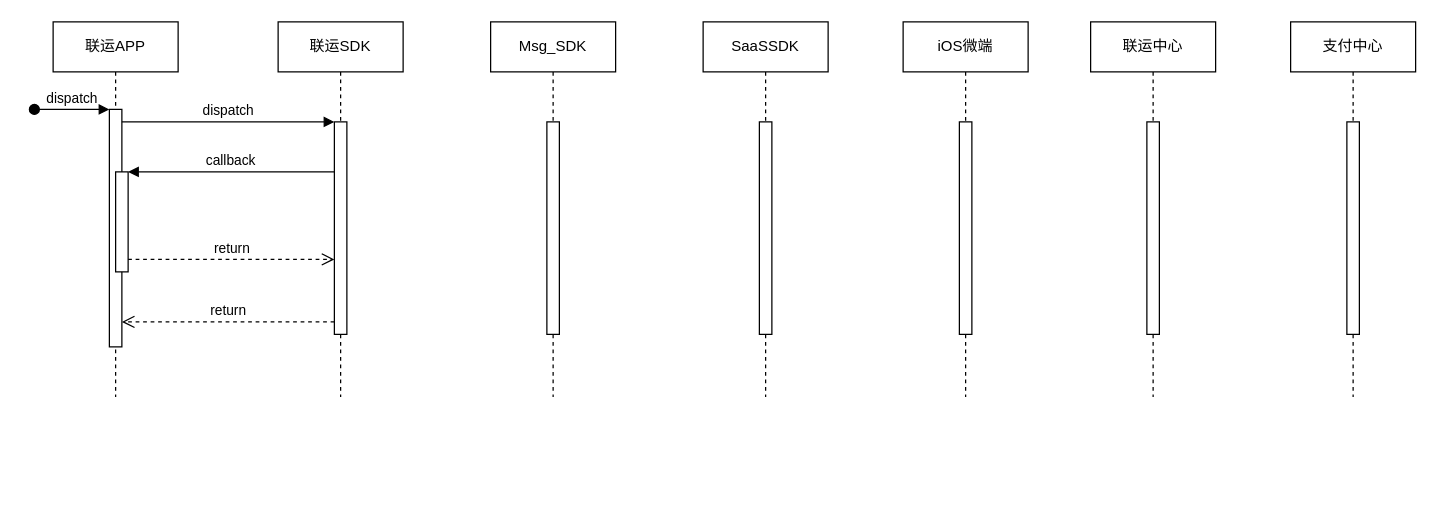
The draw.io diagram 联运中心CGC支付方式.drawio in Garygu0519/drawideas, before the edit. Source tidied: cells renumbered, new cells numbered last; positions are measured from the earlier drawing's top-left corner, leaving out a move shared by most shapes. Both pictures are drawn from the tidied source at 125%, with x=0, y=0 at pixel (34, 21).
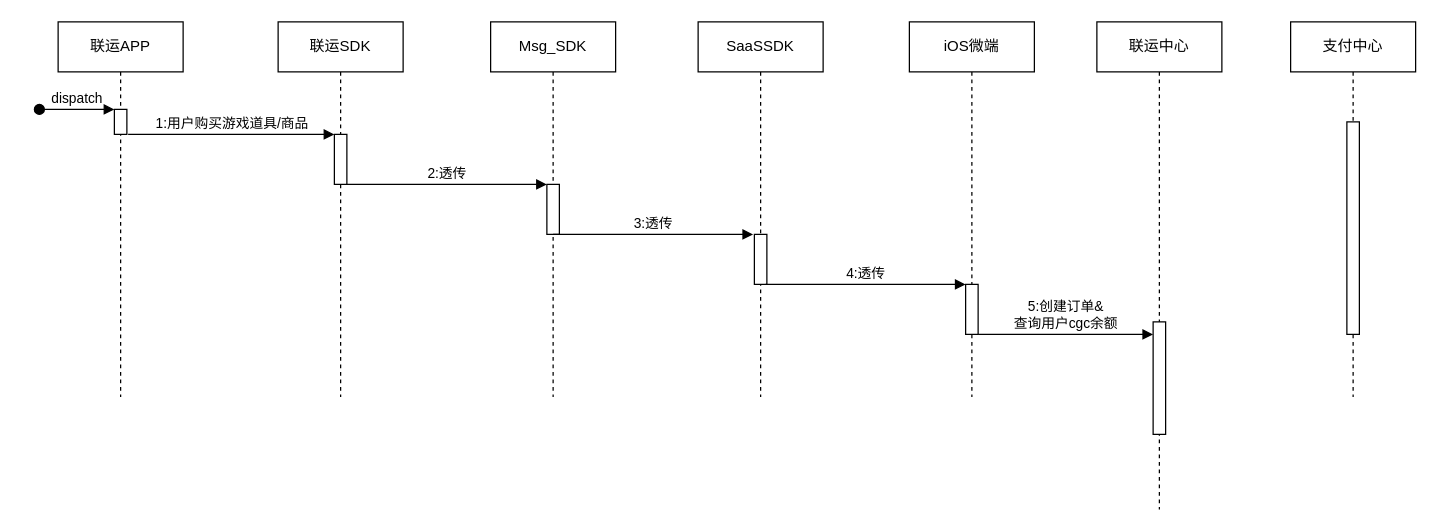
Above is the later version.

Commit message:
更新联运中心CGC支付方式.drawio

The change refers to these unchanged cells:
```xml
<mxCell id="6" value="联运SDK" style="shape=umlLifeline;perimeter=lifelinePerimeter;whiteSpace=wrap;html=1;newEdgeStyle={&quot;edgeStyle&quot;:&quot;elbowEdgeStyle&quot;,&quot;elbow&quot;:&quot;vertical&quot;,&quot;curved&quot;:0,&quot;rounded&quot;:0};" parent="1" vertex="1">
  <mxGeometry x="195" width="100" height="300" as="geometry" />
</mxCell>
<mxCell id="12" value="Msg_SDK" style="shape=umlLifeline;perimeter=lifelinePerimeter;whiteSpace=wrap;html=1;newEdgeStyle={&quot;edgeStyle&quot;:&quot;elbowEdgeStyle&quot;,&quot;elbow&quot;:&quot;vertical&quot;,&quot;curved&quot;:0,&quot;rounded&quot;:0};" parent="1" vertex="1">
  <mxGeometry x="365" width="100" height="300" as="geometry" />
</mxCell>
```

The edit, as a diff of the source:
```diff
@@
     <mxCell id="2" value="联运APP" style="shape=umlLifeline;perimeter=lifelinePerimeter;whiteSpace=wrap;html=1;newEdgeStyle={&quot;edgeStyle&quot;:&quot;elbowEdgeStyle&quot;,&quot;elbow&quot;:&quot;vertical&quot;,&quot;curved&quot;:0,&quot;rounded&quot;:0};" parent="1" vertex="1">
-      <mxGeometry x="15" width="100" height="300" as="geometry" />
+      <mxGeometry x="19" width="100" height="300" as="geometry" />
     </mxCell>
     <mxCell id="3" style="html=1;points=[];perimeter=orthogonalPerimeter;outlineConnect=0;targetShapes=umlLifeline;portConstraint=eastwest;newEdgeStyle={&quot;edgeStyle&quot;:&quot;elbowEdgeStyle&quot;,&quot;elbow&quot;:&quot;vertical&quot;,&quot;curved&quot;:0,&quot;rounded&quot;:0};" parent="2" vertex="1">
-      <mxGeometry x="45" y="70" width="10" height="190" as="geometry" />
+      <mxGeometry x="45" y="70" width="10" height="20" as="geometry" />
     </mxCell>
@@
-    <mxCell id="5" style="html=1;points=[];perimeter=orthogonalPerimeter;outlineConnect=0;targetShapes=umlLifeline;portConstraint=eastwest;newEdgeStyle={&quot;edgeStyle&quot;:&quot;elbowEdgeStyle&quot;,&quot;elbow&quot;:&quot;vertical&quot;,&quot;curved&quot;:0,&quot;rounded&quot;:0};" parent="2" vertex="1">
-      <mxGeometry x="50" y="120" width="10" height="80" as="geometry" />
-    </mxCell>
@@
     <mxCell id="7" style="html=1;points=[];perimeter=orthogonalPerimeter;outlineConnect=0;targetShapes=umlLifeline;portConstraint=eastwest;newEdgeStyle={&quot;edgeStyle&quot;:&quot;elbowEdgeStyle&quot;,&quot;elbow&quot;:&quot;vertical&quot;,&quot;curved&quot;:0,&quot;rounded&quot;:0};" parent="6" vertex="1">
-      <mxGeometry x="45" y="80" width="10" height="170" as="geometry" />
+      <mxGeometry x="45" y="90" width="10" height="40" as="geometry" />
     </mxCell>
-    <mxCell id="8" value="dispatch" style="html=1;verticalAlign=bottom;endArrow=block;edgeStyle=elbowEdgeStyle;elbow=vertical;curved=0;rounded=0;" parent="1" edge="1" source="3" target="7">
-      <mxGeometry relative="1" as="geometry">
-        <Array as="points">
-          <mxPoint x="155" y="80" />
-        </Array>
-      </mxGeometry>
-    </mxCell>
-    <mxCell id="9" value="return" style="html=1;verticalAlign=bottom;endArrow=open;dashed=1;endSize=8;edgeStyle=elbowEdgeStyle;elbow=vertical;curved=0;rounded=0;" parent="1" edge="1" source="7" target="3">
-      <mxGeometry relative="1" as="geometry">
-        <Array as="points">
-          <mxPoint x="165" y="240" />
-        </Array>
-      </mxGeometry>
-    </mxCell>
-    <mxCell id="10" value="callback" style="html=1;verticalAlign=bottom;endArrow=block;edgeStyle=elbowEdgeStyle;elbow=vertical;curved=0;rounded=0;" parent="1" edge="1" source="7" target="5">
-      <mxGeometry relative="1" as="geometry">
-        <Array as="points">
-          <mxPoint x="165" y="120" />
-        </Array>
-      </mxGeometry>
-    </mxCell>
-    <mxCell id="11" value="return" style="html=1;verticalAlign=bottom;endArrow=open;dashed=1;endSize=8;edgeStyle=elbowEdgeStyle;elbow=vertical;curved=0;rounded=0;" parent="1" edge="1" source="5" target="7">
-      <mxGeometry relative="1" as="geometry">
-        <Array as="points">
-          <mxPoint x="155" y="190" />
-        </Array>
-      </mxGeometry>
-    </mxCell>
@@
     <mxCell id="13" style="html=1;points=[];perimeter=orthogonalPerimeter;outlineConnect=0;targetShapes=umlLifeline;portConstraint=eastwest;newEdgeStyle={&quot;edgeStyle&quot;:&quot;elbowEdgeStyle&quot;,&quot;elbow&quot;:&quot;vertical&quot;,&quot;curved&quot;:0,&quot;rounded&quot;:0};" parent="12" vertex="1">
-      <mxGeometry x="45" y="80" width="10" height="170" as="geometry" />
+      <mxGeometry x="45" y="130" width="10" height="40" as="geometry" />
     </mxCell>
     <mxCell id="14" value="SaaSSDK" style="shape=umlLifeline;perimeter=lifelinePerimeter;whiteSpace=wrap;html=1;newEdgeStyle={&quot;edgeStyle&quot;:&quot;elbowEdgeStyle&quot;,&quot;elbow&quot;:&quot;vertical&quot;,&quot;curved&quot;:0,&quot;rounded&quot;:0};" parent="1" vertex="1">
-      <mxGeometry x="535" width="100" height="300" as="geometry" />
+      <mxGeometry x="531" width="100" height="300" as="geometry" />
     </mxCell>
     <mxCell id="15" style="html=1;perimeter=orthogonalPerimeter;targetShapes=umlLifeline;newEdgeStyle={&quot;edgeStyle&quot;:&quot;elbowEdgeStyle&quot;,&quot;elbow&quot;:&quot;vertical&quot;,&quot;curved&quot;:0,&quot;rounded&quot;:0};" parent="14" vertex="1">
-      <mxGeometry x="45" y="80" width="10" height="170" as="geometry" />
+      <mxGeometry x="45" y="170" width="10" height="40" as="geometry" />
     </mxCell>
     <mxCell id="16" value="iOS微端" style="shape=umlLifeline;perimeter=lifelinePerimeter;whiteSpace=wrap;html=1;newEdgeStyle={&quot;edgeStyle&quot;:&quot;elbowEdgeStyle&quot;,&quot;elbow&quot;:&quot;vertical&quot;,&quot;curved&quot;:0,&quot;rounded&quot;:0};" parent="1" vertex="1">
-      <mxGeometry x="695" width="100" height="300" as="geometry" />
+      <mxGeometry x="700" width="100" height="300" as="geometry" />
     </mxCell>
     <mxCell id="17" style="html=1;perimeter=orthogonalPerimeter;targetShapes=umlLifeline;newEdgeStyle={&quot;edgeStyle&quot;:&quot;elbowEdgeStyle&quot;,&quot;elbow&quot;:&quot;vertical&quot;,&quot;curved&quot;:0,&quot;rounded&quot;:0};" parent="16" vertex="1">
-      <mxGeometry x="45" y="80" width="10" height="170" as="geometry" />
+      <mxGeometry x="45" y="210" width="10" height="40" as="geometry" />
     </mxCell>
     <mxCell id="18" value="联运中心" style="shape=umlLifeline;perimeter=lifelinePerimeter;whiteSpace=wrap;html=1;newEdgeStyle={&quot;edgeStyle&quot;:&quot;elbowEdgeStyle&quot;,&quot;elbow&quot;:&quot;vertical&quot;,&quot;curved&quot;:0,&quot;rounded&quot;:0};" parent="1" vertex="1">
-      <mxGeometry x="845" width="100" height="300" as="geometry" />
+      <mxGeometry x="850" width="100" height="390" as="geometry" />
     </mxCell>
     <mxCell id="19" style="html=1;perimeter=orthogonalPerimeter;targetShapes=umlLifeline;newEdgeStyle={&quot;edgeStyle&quot;:&quot;elbowEdgeStyle&quot;,&quot;elbow&quot;:&quot;vertical&quot;,&quot;curved&quot;:0,&quot;rounded&quot;:0};" parent="18" vertex="1">
-      <mxGeometry x="45" y="80" width="10" height="170" as="geometry" />
+      <mxGeometry x="45" y="240" width="10" height="90" as="geometry" />
     </mxCell>
@@
+    <mxCell id="22" value="2:透传" style="html=1;verticalAlign=bottom;endArrow=block;edgeStyle=elbowEdgeStyle;elbow=horizontal;curved=0;rounded=0;" parent="1" edge="1" source="7" target="13">
+      <mxGeometry relative="1" as="geometry">
+        <Array as="points">
+          <mxPoint x="255" y="130" />
+        </Array>
+      </mxGeometry>
+    </mxCell>
+    <mxCell id="23" value="3:透传" style="html=1;verticalAlign=bottom;endArrow=block;edgeStyle=elbowEdgeStyle;elbow=horizontal;curved=0;rounded=0;" parent="1" edge="1">
+      <mxGeometry relative="1" as="geometry">
+        <mxPoint x="415" y="170" as="sourcePoint" />
+        <mxPoint x="575" y="170" as="targetPoint" />
+        <Array as="points">
+          <mxPoint x="420" y="170" />
+        </Array>
+      </mxGeometry>
+    </mxCell>
+    <mxCell id="24" value="4:透传" style="html=1;verticalAlign=bottom;endArrow=block;edgeStyle=elbowEdgeStyle;elbow=horizontal;curved=0;rounded=0;" parent="1" edge="1">
+      <mxGeometry relative="1" as="geometry">
+        <mxPoint x="585" y="210" as="sourcePoint" />
+        <mxPoint x="745" y="210" as="targetPoint" />
+        <Array as="points">
+          <mxPoint x="590" y="210" />
+        </Array>
+      </mxGeometry>
+    </mxCell>
+    <mxCell id="25" value="1:用户购买游戏道具/商品" style="html=1;verticalAlign=bottom;endArrow=block;edgeStyle=elbowEdgeStyle;elbow=horizontal;curved=0;rounded=0;" parent="1" edge="1" target="7">
+      <mxGeometry relative="1" as="geometry">
+        <mxPoint x="75" y="90" as="sourcePoint" />
+        <Array as="points">
+          <mxPoint x="80" y="90" />
+        </Array>
+      </mxGeometry>
+    </mxCell>
+    <mxCell id="26" value="5:创建订单&amp;amp;&lt;div&gt;查询用户cgc余额&lt;/div&gt;" style="html=1;verticalAlign=bottom;endArrow=block;edgeStyle=elbowEdgeStyle;elbow=horizontal;curved=0;rounded=0;" parent="1" edge="1">
+      <mxGeometry relative="1" as="geometry">
+        <mxPoint x="755" y="250" as="sourcePoint" />
+        <mxPoint x="895" y="250" as="targetPoint" />
+        <Array as="points">
+          <mxPoint x="760" y="250" />
+        </Array>
+      </mxGeometry>
+    </mxCell>
```
